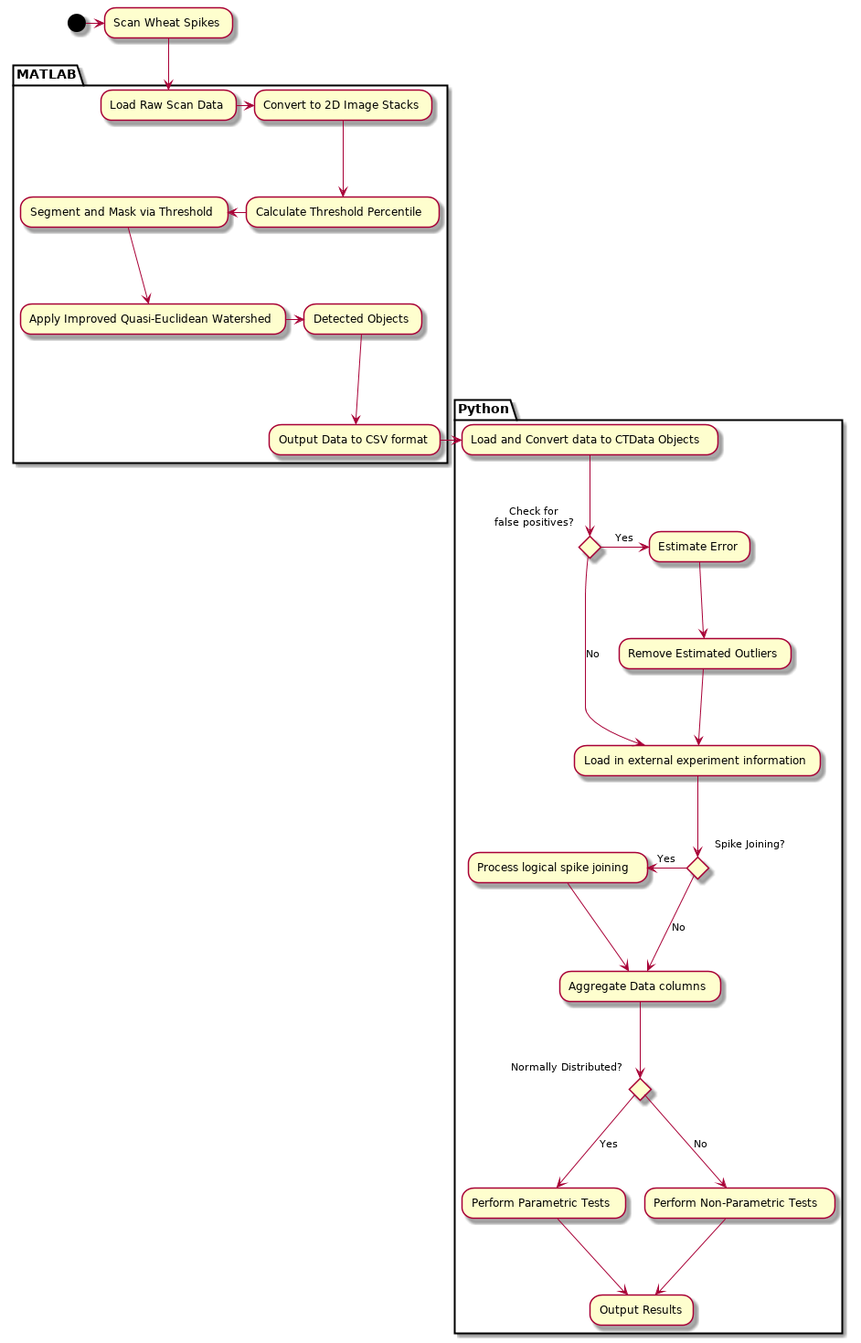
Earlier version of the PlantUML export images/pipeline.png (SirSharpest/dissertatio). Its diagram source:
```plantuml
@startuml

(*) -> "Scan Wheat Spikes"

partition MATLAB {
--> "Load Raw Scan Data"
-> "Convert to 2D Image Stacks"
--> "Calculate Threshold Percentile"
-left-> "Segment and Mask via Threshold"
--> "Apply Improved Quasi-Euclidean Watershed"
-right-> "Detected Objects"
--> "Output Data to CSV format"
}

partition Python {
-right-> "Load and Convert data to CTData Objects"

If "Check for \nfalse positives?" then
-> [Yes]"Estimate Error"
--> "Remove Estimated Outliers"
--> "Load in external experiment information"
else
--> [No] "Load in external experiment information"
Endif

If "Spike Joining?" then
-left-> [Yes] "Process logical spike joining"
--> "Aggregate Data columns"
else
--> [No] "Aggregate Data columns"
Endif

If "Normally Distributed?" then
--> [Yes] "Perform Parametric Tests"

--> "Output Results"
else
--> [No] "Perform Non-Parametric Tests"
Endif

--> "Output Results"
}
@enduml
```
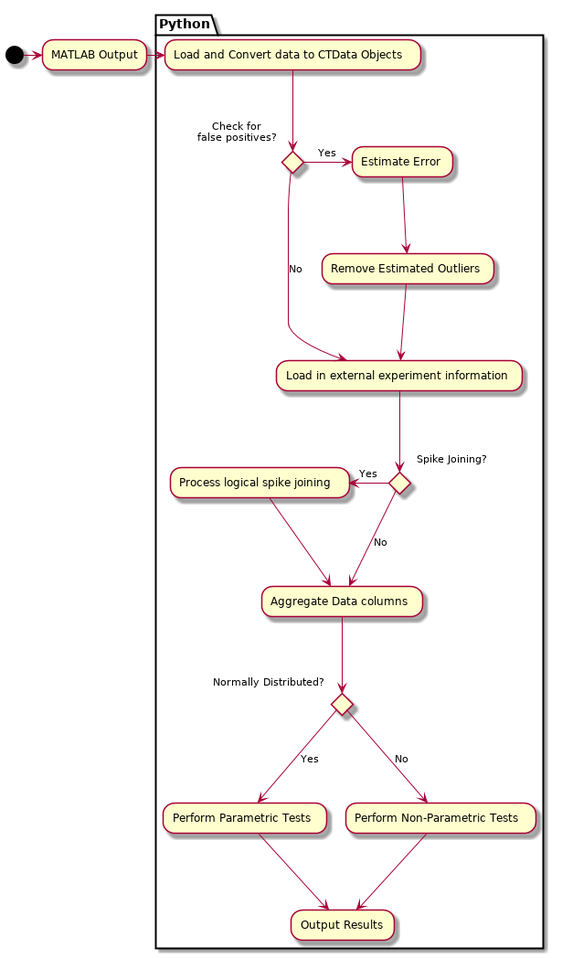
The same file after the commit.

Change to the diagram source:
```diff
@@ -1,17 +1,6 @@
 @startuml
 
-(*) -> "Scan Wheat Spikes"
-
-partition MATLAB {
---> "Load Raw Scan Data"
--> "Convert to 2D Image Stacks"
---> "Calculate Threshold Percentile"
--left-> "Segment and Mask via Threshold"
---> "Apply Improved Quasi-Euclidean Watershed"
--right-> "Detected Objects"
---> "Output Data to CSV format"
-}
-
+(*) -> "MATLAB Output"
 partition Python {
 -right-> "Load and Convert data to CTData Objects"
 
@@ -20,7 +9,7 @@
 --> "Remove Estimated Outliers"
 --> "Load in external experiment information"
 else
---> [No] "Load in external experiment information"
+-> [No] "Load in external experiment information"
 Endif
 
 If "Spike Joining?" then
```
